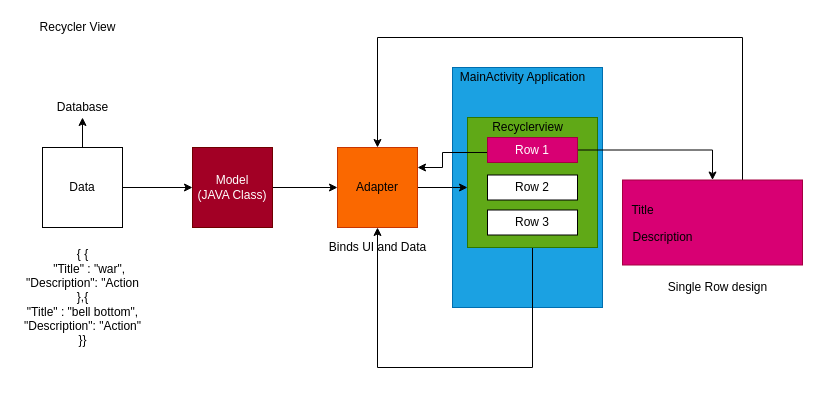
The draw.io diagram Day 9/draw.io/recyclerview_architecture.drawio in CRSohan4/Android-Development-Course, before the edit. Source tidied: cells renumbered, new cells numbered last; positions are measured from the earlier drawing's top-left corner, leaving out a move shared by most shapes. Both pictures are drawn from the tidied source at 100%, with x=0, y=0 at pixel (17, 17).
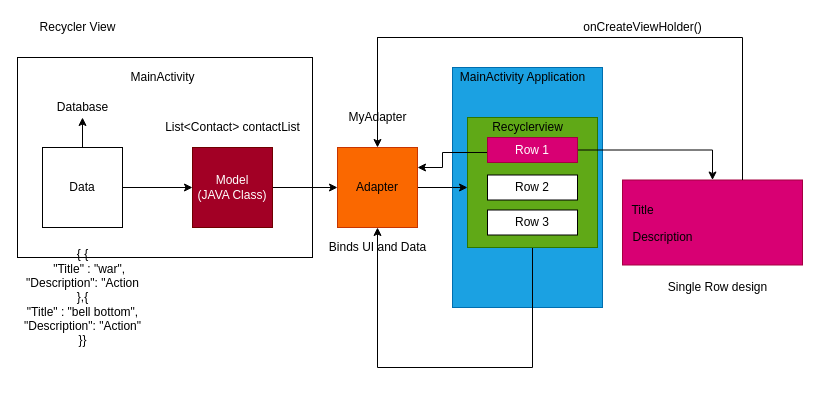
The same page after the edit.

The change refers to these unchanged cells:
```xml
<mxCell id="6" value="Adapter" style="whiteSpace=wrap;html=1;fillColor=#fa6800;strokeColor=#C73500;fontColor=#000000;" parent="1" vertex="1">
  <mxGeometry x="320" y="130" width="80" height="80" as="geometry" />
</mxCell>
<mxCell id="23" style="rounded=0;whiteSpace=wrap;html=1;fillColor=#d80073;strokeColor=#A50040;fontColor=#ffffff;" parent="1" vertex="1">
  <mxGeometry x="605" y="162.5" width="180" height="85" as="geometry" />
</mxCell>
```

What changed in the source:
```diff
@@
+    <mxCell id="28" style="rounded=0;whiteSpace=wrap;html=1;" parent="1" vertex="1">
+      <mxGeometry y="40" width="295" height="200" as="geometry" />
+    </mxCell>
@@
-    <mxCell id="22" style="edgeStyle=orthogonalEdgeStyle;rounded=0;jettySize=auto;html=1;entryX=0.5;entryY=0;entryDx=0;entryDy=0;" parent="1" edge="1" source="23" target="6">
+    <mxCell id="22" style="edgeStyle=orthogonalEdgeStyle;rounded=0;jettySize=auto;html=1;entryX=0.5;entryY=0;entryDx=0;entryDy=0;startArrow=none;" parent="1" edge="1" source="30" target="6">
       <mxGeometry relative="1" as="geometry">
         <Array as="points">
-          <mxPoint x="725" y="20" />
           <mxPoint x="360" y="20" />
         </Array>
       </mxGeometry>
     </mxCell>
@@
+    <mxCell id="29" value="List&amp;lt;Contact&amp;gt; contactList" style="text;html=1;align=center;verticalAlign=middle;strokeColor=none;" parent="1" vertex="1">
+      <mxGeometry x="140" y="100" width="150" height="20" as="geometry" />
+    </mxCell>
+    <mxCell id="30" value="MyAdapter" style="text;html=1;align=center;verticalAlign=middle;points=[];strokeColor=none;" parent="1" vertex="1">
+      <mxGeometry x="325" y="90" width="70" height="20" as="geometry" />
+    </mxCell>
+    <mxCell id="31" style="edgeStyle=orthogonalEdgeStyle;rounded=0;jettySize=auto;html=1;entryX=0.5;entryY=0;entryDx=0;entryDy=0;endArrow=none;" parent="1" edge="1" source="23" target="30">
+      <mxGeometry relative="1" as="geometry">
+        <Array as="points">
+          <mxPoint x="725" y="20" />
+        </Array>
+      </mxGeometry>
+    </mxCell>
+    <mxCell id="32" value="MainActivity" style="text;html=1;align=center;verticalAlign=middle;strokeColor=none;" parent="1" vertex="1">
+      <mxGeometry x="105" y="50" width="80" height="20" as="geometry" />
+    </mxCell>
+    <mxCell id="33" value="onCreateViewHolder()" style="text;html=1;align=center;verticalAlign=middle;strokeColor=none;" parent="1" vertex="1">
+      <mxGeometry x="560" width="130" height="20" as="geometry" />
+    </mxCell>
```
